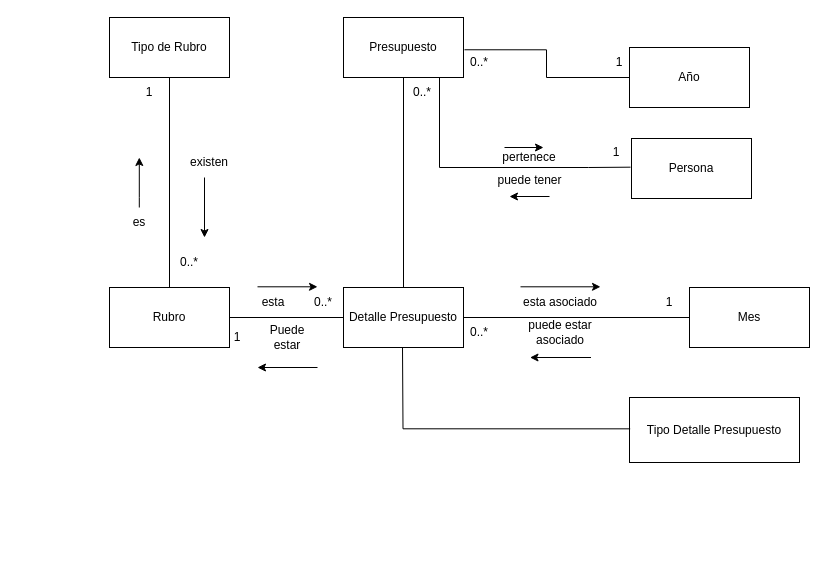
The draw.io diagram Diagrama sin título.drawio in F3liP3L/DOO, before the edit. Source tidied: cells renumbered, new cells numbered last; positions are measured from the earlier drawing's top-left corner, leaving out a move shared by most shapes. Both pictures are drawn from the tidied source at 100%, with x=0, y=0 at pixel (109, 17).
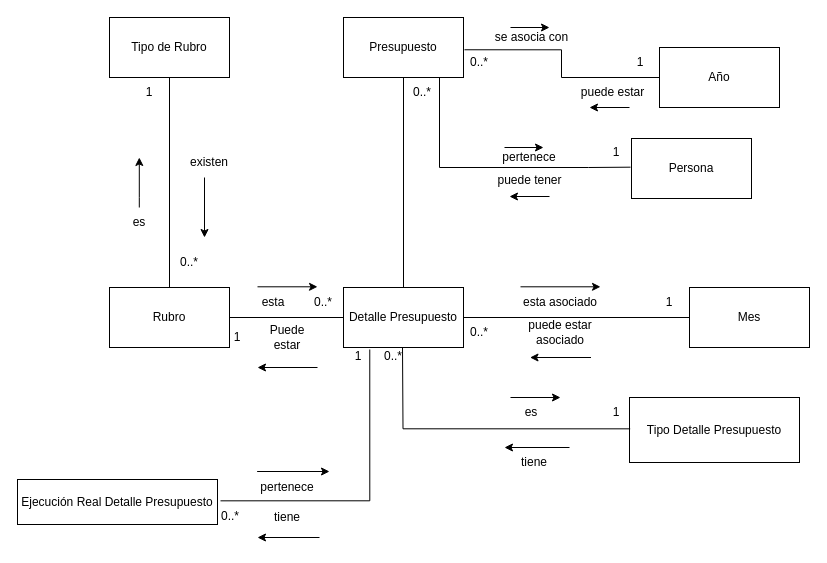
The same page after the edit.

Commit message:
Modelo de Dominio

Unchanged cells that the change refers to:
```xml
<mxCell id="4" value="Detalle Presupuesto" style="rounded=0;whiteSpace=wrap;html=1;" parent="1" vertex="1">
  <mxGeometry x="234" y="270" width="120" height="60" as="geometry" />
</mxCell>
```

Diff of the diagram source:
```diff
@@
     <mxCell id="7" value="Año" style="rounded=0;whiteSpace=wrap;html=1;" parent="1" vertex="1">
-      <mxGeometry x="520" y="30" width="120" height="60" as="geometry" />
+      <mxGeometry x="550" y="30" width="120" height="60" as="geometry" />
     </mxCell>
@@
     <mxCell id="22" value="1" style="text;html=1;strokeColor=none;fillColor=none;align=center;verticalAlign=middle;whiteSpace=wrap;rounded=0;" parent="1" vertex="1">
-      <mxGeometry x="480" y="30" width="60" height="30" as="geometry" />
+      <mxGeometry x="501" y="30" width="60" height="30" as="geometry" />
     </mxCell>
@@
+    <mxCell id="43" value="se asocia con" style="text;html=1;strokeColor=none;fillColor=none;align=center;verticalAlign=middle;whiteSpace=wrap;rounded=0;" parent="1" vertex="1">
+      <mxGeometry x="379.5" y="10" width="85" height="20" as="geometry" />
+    </mxCell>
+    <mxCell id="44" value="puede estar" style="text;html=1;strokeColor=none;fillColor=none;align=center;verticalAlign=middle;whiteSpace=wrap;rounded=0;" parent="1" vertex="1">
+      <mxGeometry x="460.5" y="65" width="85" height="20" as="geometry" />
+    </mxCell>
+    <mxCell id="45" style="endArrow=classic;html=1;rounded=0;" parent="1" edge="1">
+      <mxGeometry relative="1" as="geometry">
+        <mxPoint x="401" y="10" as="sourcePoint" />
+        <mxPoint x="440" y="10" as="targetPoint" />
+      </mxGeometry>
+    </mxCell>
+    <mxCell id="46" style="endArrow=classic;html=1;rounded=0;" parent="1" edge="1">
+      <mxGeometry relative="1" as="geometry">
+        <mxPoint x="520" y="90" as="sourcePoint" />
+        <mxPoint x="480" y="90" as="targetPoint" />
+      </mxGeometry>
+    </mxCell>
+    <mxCell id="47" value="Ejecución Real Detalle Presupuesto" style="rounded=0;whiteSpace=wrap;html=1;" parent="1" vertex="1">
+      <mxGeometry x="-92" y="462" width="200" height="45" as="geometry" />
+    </mxCell>
+    <mxCell id="48" style="endArrow=none;html=1;rounded=0;edgeStyle=orthogonalEdgeStyle;entryX=0.219;entryY=1.033;entryDx=0;entryDy=0;entryPerimeter=0;exitX=1.015;exitY=0.474;exitDx=0;exitDy=0;exitPerimeter=0;" parent="1" edge="1" source="47" target="4">
+      <mxGeometry relative="1" as="geometry" />
+    </mxCell>
+    <mxCell id="49" value="0..*" style="text;html=1;strokeColor=none;fillColor=none;align=center;verticalAlign=middle;whiteSpace=wrap;rounded=0;" parent="1" vertex="1">
+      <mxGeometry x="100" y="490" width="42" height="17" as="geometry" />
+    </mxCell>
+    <mxCell id="50" value="1" style="text;html=1;strokeColor=none;fillColor=none;align=center;verticalAlign=middle;whiteSpace=wrap;rounded=0;" parent="1" vertex="1">
+      <mxGeometry x="234" y="330" width="30" height="17" as="geometry" />
+    </mxCell>
+    <mxCell id="51" value="pertenece" style="text;html=1;strokeColor=none;fillColor=none;align=center;verticalAlign=middle;whiteSpace=wrap;rounded=0;" parent="1" vertex="1">
+      <mxGeometry x="148" y="455" width="60" height="30" as="geometry" />
+    </mxCell>
+    <mxCell id="52" style="endArrow=classic;html=1;rounded=0;exitX=-0.006;exitY=-0.033;exitDx=0;exitDy=0;exitPerimeter=0;" parent="1" edge="1" source="51">
+      <mxGeometry relative="1" as="geometry">
+        <mxPoint x="220" y="454" as="targetPoint" />
+      </mxGeometry>
+    </mxCell>
+    <mxCell id="53" value="tiene" style="text;html=1;strokeColor=none;fillColor=none;align=center;verticalAlign=middle;whiteSpace=wrap;rounded=0;" parent="1" vertex="1">
+      <mxGeometry x="157" y="490" width="42" height="20" as="geometry" />
+    </mxCell>
+    <mxCell id="54" style="endArrow=classic;html=1;rounded=0;" parent="1" edge="1">
+      <mxGeometry relative="1" as="geometry">
+        <mxPoint x="210" y="520" as="sourcePoint" />
+        <mxPoint x="148" y="520" as="targetPoint" />
+      </mxGeometry>
+    </mxCell>
+    <mxCell id="55" value="0..*" style="text;html=1;strokeColor=none;fillColor=none;align=center;verticalAlign=middle;whiteSpace=wrap;rounded=0;" parent="1" vertex="1">
+      <mxGeometry x="274" y="333.5" width="20" height="10" as="geometry" />
+    </mxCell>
+    <mxCell id="56" value="1" style="text;html=1;strokeColor=none;fillColor=none;align=center;verticalAlign=middle;whiteSpace=wrap;rounded=0;" parent="1" vertex="1">
+      <mxGeometry x="497" y="390" width="20" height="10" as="geometry" />
+    </mxCell>
+    <mxCell id="57" style="endArrow=classic;html=1;rounded=0;" parent="1" edge="1">
+      <mxGeometry relative="1" as="geometry">
+        <mxPoint x="460" y="430" as="sourcePoint" />
+        <mxPoint x="395" y="430" as="targetPoint" />
+      </mxGeometry>
+    </mxCell>
+    <mxCell id="58" style="endArrow=classic;html=1;rounded=0;" parent="1" edge="1">
+      <mxGeometry relative="1" as="geometry">
+        <mxPoint x="401" y="380" as="sourcePoint" />
+        <mxPoint x="451" y="380" as="targetPoint" />
+      </mxGeometry>
+    </mxCell>
+    <mxCell id="59" value="es" style="text;html=1;strokeColor=none;fillColor=none;align=center;verticalAlign=middle;whiteSpace=wrap;rounded=0;" parent="1" vertex="1">
+      <mxGeometry x="402" y="385" width="40" height="20" as="geometry" />
+    </mxCell>
+    <mxCell id="60" value="tiene" style="text;html=1;strokeColor=none;fillColor=none;align=center;verticalAlign=middle;whiteSpace=wrap;rounded=0;" parent="1" vertex="1">
+      <mxGeometry x="405" y="435" width="40" height="20" as="geometry" />
+    </mxCell>
```
